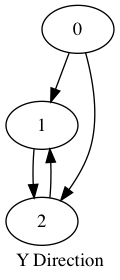
KIKI007/FrameInterlock keeps this Graphviz diagram as cmake-build-debug/tmp_1.png. Above is the earlier version. Its source is kept beside it as cmake-build-debug/tmp_1.dot. Its diagram source:
```dot
digraph {
label="Y Direction"0 -> 1
0 -> 2
1 -> 2
2 -> 1
}
```
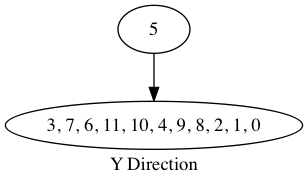
After the commit.

Diff of the diagram source:
```diff
@@ -1,6 +1,3 @@
 digraph {
-label="Y Direction"0 -> 1
-0 -> 2
-1 -> 2
-2 -> 1
+label="Y Direction"5 -> "3, 7, 6, 11, 10, 4, 9, 8, 2, 1, 0"
 }
```
